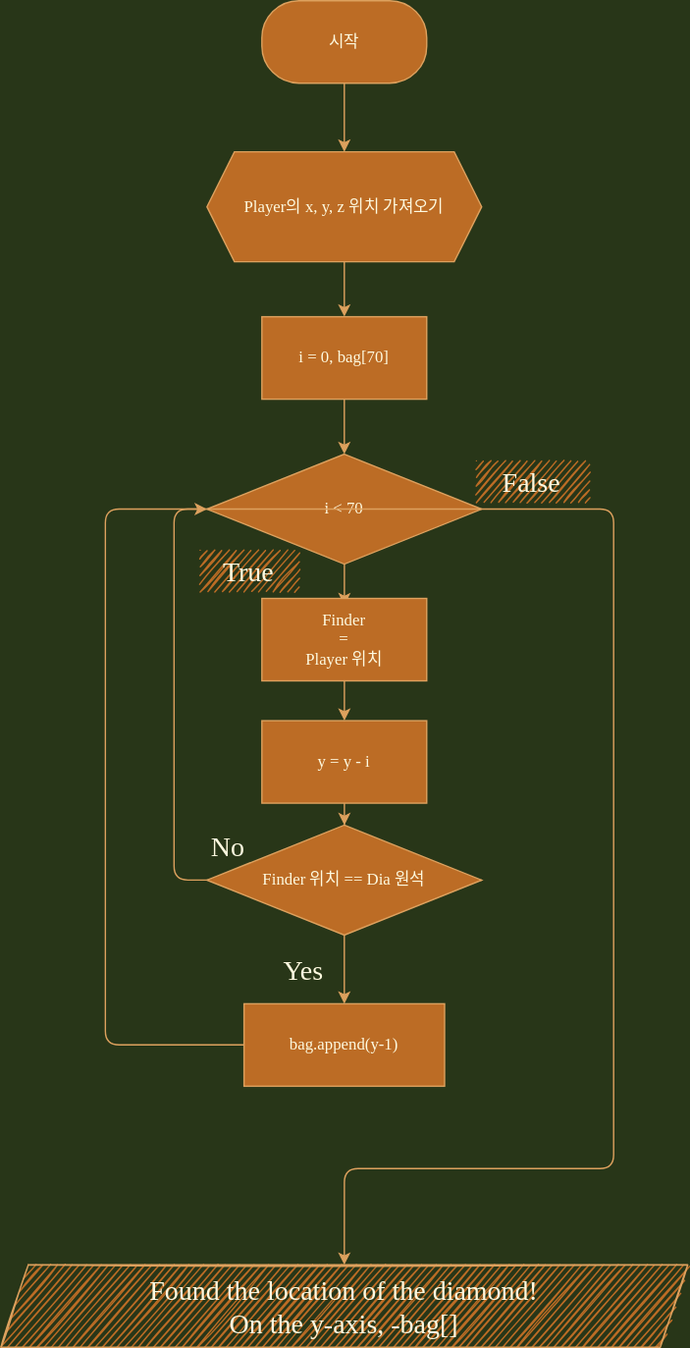
The draw.io diagram Algorithm/finding_dia.drawio.svg in Xe-Kinesis/Minecraft-Python, before a commit. Source tidied: cells renumbered, new cells last; positions are measured from the earlier drawing's top-left corner, leaving out a move shared by most shapes.
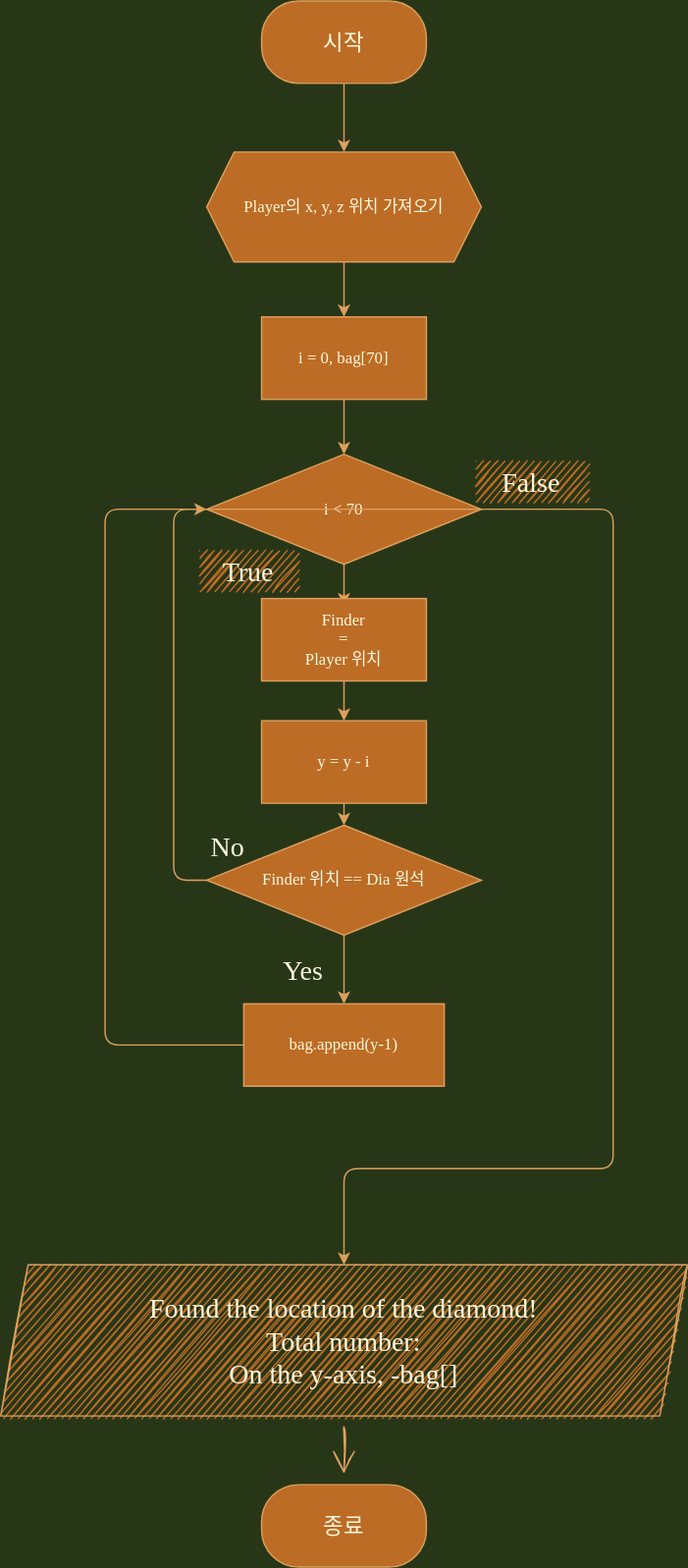
The same file after the commit.

Change to the diagram source:
```diff
@@ -5,7 +5,7 @@
     <mxCell id="2" style="edgeStyle=orthogonalEdgeStyle;curved=0;rounded=1;sketch=0;jettySize=auto;html=1;fontFamily=어그로체;fontSource=https%3A%2F%2Fcdn.jsdelivr.net%2Fgh%2Fprojectnoonnu%2Fnoonfonts_2108%401.1%2FSBAggroB.woff;fontColor=#FEFAE0;strokeColor=#DDA15E;labelBackgroundColor=#283618;" parent="1" edge="1" source="3" target="5">
       <mxGeometry relative="1" as="geometry" />
     </mxCell>
-    <mxCell id="3" value="시작" style="rounded=1;whiteSpace=wrap;html=1;sketch=0;fontColor=#FEFAE0;strokeColor=#DDA15E;fillColor=#BC6C25;arcSize=45;fontFamily=어그로체;fontSource=https%3A%2F%2Fcdn.jsdelivr.net%2Fgh%2Fprojectnoonnu%2Fnoonfonts_2108%401.1%2FSBAggroB.woff;" parent="1" vertex="1">
+    <mxCell id="3" value="시작" style="rounded=1;whiteSpace=wrap;html=1;sketch=0;fontColor=#FEFAE0;strokeColor=#DDA15E;fillColor=#BC6C25;arcSize=45;fontFamily=어그로체;fontSource=https%3A%2F%2Fcdn.jsdelivr.net%2Fgh%2Fprojectnoonnu%2Fnoonfonts_2108%401.1%2FSBAggroB.woff;fontSize=16;" parent="1" vertex="1">
       <mxGeometry x="190" width="120" height="60" as="geometry" />
     </mxCell>
     <mxCell id="4" style="edgeStyle=orthogonalEdgeStyle;curved=0;rounded=1;sketch=0;jettySize=auto;html=1;fontFamily=어그로체;fontSource=https%3A%2F%2Fcdn.jsdelivr.net%2Fgh%2Fprojectnoonnu%2Fnoonfonts_2108%401.1%2FSBAggroB.woff;fontColor=#FEFAE0;strokeColor=#DDA15E;labelBackgroundColor=#283618;" parent="1" edge="1" source="5" target="7">
@@ -78,8 +78,11 @@
     <mxCell id="20" value="&lt;font face=&quot;어그로체&quot;&gt;Yes&lt;/font&gt;" style="text;html=1;align=center;verticalAlign=middle;sketch=1;hachureGap=4;fontFamily=Architects Daughter;fontSource=https%3A%2F%2Ffonts.googleapis.com%2Fcss%3Ffamily%3DArchitects%2BDaughter;fontSize=20;fontColor=#FEFAE0;" parent="1" vertex="1">
       <mxGeometry x="190" y="690" width="60" height="30" as="geometry" />
     </mxCell>
+    <mxCell id="24" style="edgeStyle=none;curved=1;rounded=1;sketch=1;jettySize=auto;html=1;fontFamily=어그로체;fontSource=https%3A%2F%2Fcdn.jsdelivr.net%2Fgh%2Fprojectnoonnu%2Fnoonfonts_2108%401.1%2FSBAggroB.woff;fontSize=20;fontColor=#FEFAE0;endArrow=open;startSize=14;endSize=14;sourcePerimeterSpacing=8;targetPerimeterSpacing=8;strokeColor=#DDA15E;fillColor=#BC6C25;" parent="1" edge="1" source="21" target="25">
+      <mxGeometry relative="1" as="geometry" />
+    </mxCell>
-    <mxCell id="21" value="Found the location of the diamond! &lt;br&gt;On the y-axis, -bag[]" style="shape=parallelogram;perimeter=parallelogramPerimeter;whiteSpace=wrap;html=1;fixedSize=1;sketch=1;hachureGap=4;fontFamily=Architects Daughter;fontSource=https%3A%2F%2Ffonts.googleapis.com%2Fcss%3Ffamily%3DArchitects%2BDaughter;fontSize=20;rounded=0;fontColor=#FEFAE0;strokeColor=#DDA15E;fillColor=#BC6C25;" parent="1" vertex="1">
-      <mxGeometry y="920" width="500" height="60" as="geometry" />
+    <mxCell id="21" value="Found the location of the diamond! &lt;br&gt;Total number:&lt;br&gt;On the y-axis, -bag[]" style="shape=parallelogram;perimeter=parallelogramPerimeter;whiteSpace=wrap;html=1;fixedSize=1;sketch=1;hachureGap=4;fontFamily=어그로체;fontSource=https%3A%2F%2Fcdn.jsdelivr.net%2Fgh%2Fprojectnoonnu%2Fnoonfonts_2108%401.1%2FSBAggroB.woff;fontSize=20;rounded=0;fontColor=#FEFAE0;strokeColor=#DDA15E;fillColor=#BC6C25;" parent="1" vertex="1">
+      <mxGeometry y="920" width="500" height="110" as="geometry" />
     </mxCell>
     <mxCell id="22" value="False" style="text;html=1;align=center;verticalAlign=middle;strokeColor=none;sketch=1;hachureGap=4;fontFamily=어그로체;fontSource=https%3A%2F%2Fcdn.jsdelivr.net%2Fgh%2Fprojectnoonnu%2Fnoonfonts_2108%401.1%2FSBAggroB.woff;fontSize=20;rounded=0;fontColor=#FEFAE0;fillColor=#BC6C25;" parent="1" vertex="1">
       <mxGeometry x="346" y="335" width="80" height="30" as="geometry" />
@@ -87,5 +90,8 @@
     <mxCell id="23" value="True" style="text;html=1;align=center;verticalAlign=middle;strokeColor=none;sketch=1;hachureGap=4;fontFamily=어그로체;fontSource=https%3A%2F%2Fcdn.jsdelivr.net%2Fgh%2Fprojectnoonnu%2Fnoonfonts_2108%401.1%2FSBAggroB.woff;fontSize=20;rounded=0;fontColor=#FEFAE0;fillColor=#BC6C25;" parent="1" vertex="1">
       <mxGeometry x="145" y="400" width="70" height="30" as="geometry" />
     </mxCell>
+    <mxCell id="25" value="종료" style="rounded=1;whiteSpace=wrap;html=1;sketch=0;fontColor=#FEFAE0;strokeColor=#DDA15E;fillColor=#BC6C25;arcSize=45;fontFamily=어그로체;fontSource=https%3A%2F%2Fcdn.jsdelivr.net%2Fgh%2Fprojectnoonnu%2Fnoonfonts_2108%401.1%2FSBAggroB.woff;fontSize=16;" parent="1" vertex="1">
+      <mxGeometry x="190" y="1080" width="120" height="60" as="geometry" />
+    </mxCell>
   </root>
 </mxGraphModel>
```
